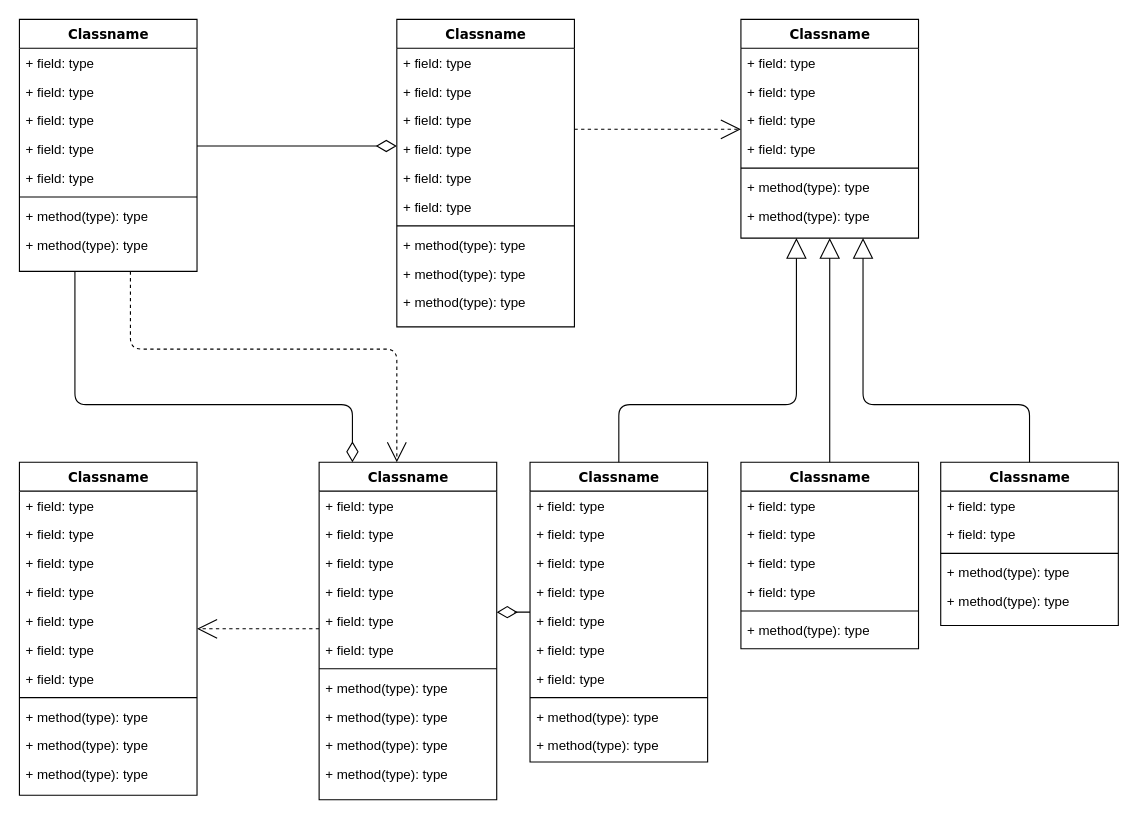
The draw.io diagram Test2.drawio in aless124/e-commerce-SQL, before the edit. Source tidied: cells renumbered, new cells numbered last; positions are measured from the earlier drawing's top-left corner, leaving out a move shared by most shapes. Both pictures are drawn from the tidied source at 111%, with x=0, y=0 at pixel (19, 19).
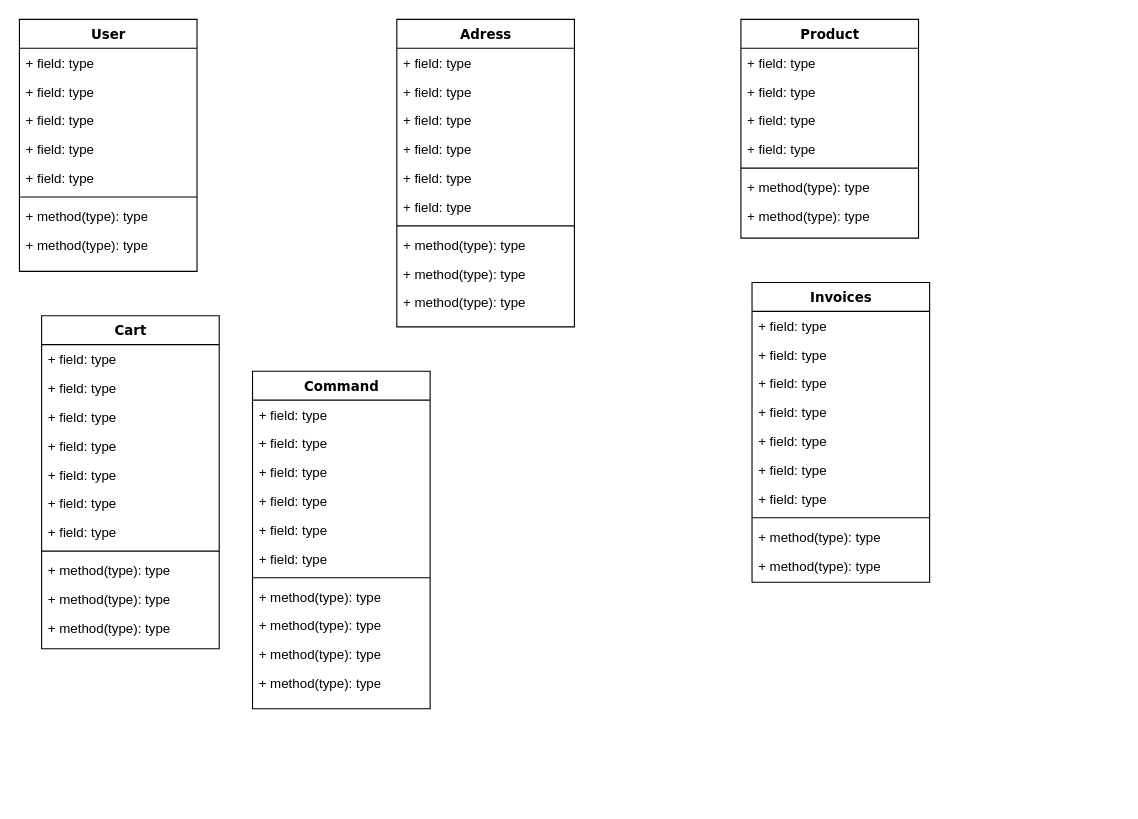
The same page after the edit.

Commit message (it also covers changes not shown here):
Mettre à jour Test2.drawio

What changed in the source:
```diff
@@
-    <mxCell id="2" style="edgeStyle=orthogonalEdgeStyle;html=1;labelBackgroundColor=none;startFill=0;startSize=8;endArrow=open;endFill=0;endSize=16;fontFamily=Verdana;fontSize=12;dashed=1;" parent="1" edge="1" source="4" target="47">
-      <mxGeometry relative="1" as="geometry">
-        <Array as="points">
-          <mxPoint x="100" y="297" />
-          <mxPoint x="340" y="297" />
-        </Array>
-      </mxGeometry>
-    </mxCell>
-    <mxCell id="3" style="edgeStyle=orthogonalEdgeStyle;html=1;labelBackgroundColor=none;startFill=0;startSize=8;endArrow=diamondThin;endFill=0;endSize=16;fontFamily=Verdana;fontSize=12;" parent="1" edge="1" source="4" target="47">
-      <mxGeometry relative="1" as="geometry">
-        <Array as="points">
-          <mxPoint x="50" y="347" />
-          <mxPoint x="300" y="347" />
-        </Array>
-      </mxGeometry>
-    </mxCell>
-    <mxCell id="4" value="Classname" style="swimlane;html=1;fontStyle=1;align=center;verticalAlign=top;horizontal=1;startSize=26;swimlaneFillColor=#ffffff;rounded=0;shadow=0;comic=0;labelBackgroundColor=none;strokeWidth=1;fillColor=none;fontFamily=Verdana;fontSize=12;" parent="1" vertex="1">
+    <mxCell id="4" value="User" style="swimlane;html=1;fontStyle=1;align=center;verticalAlign=top;horizontal=1;startSize=26;swimlaneFillColor=#ffffff;rounded=0;shadow=0;comic=0;labelBackgroundColor=none;strokeWidth=1;fillColor=none;fontFamily=Verdana;fontSize=12;" parent="1" vertex="1">
       <mxGeometry width="160" height="227" as="geometry" />
     </mxCell>
@@
-    <mxCell id="13" style="edgeStyle=elbowEdgeStyle;html=1;labelBackgroundColor=none;startFill=0;startSize=8;endArrow=open;endFill=0;endSize=16;fontFamily=Verdana;fontSize=12;elbow=vertical;dashed=1;" parent="1" edge="1" source="14" target="25">
-      <mxGeometry relative="1" as="geometry" />
-    </mxCell>
-    <mxCell id="14" value="Classname" style="swimlane;html=1;fontStyle=1;align=center;verticalAlign=top;horizontal=1;startSize=26;swimlaneFillColor=#ffffff;rounded=0;shadow=0;comic=0;labelBackgroundColor=none;strokeWidth=1;fillColor=none;fontFamily=Verdana;fontSize=12;" parent="1" vertex="1">
+    <mxCell id="14" value="Adress" style="swimlane;html=1;fontStyle=1;align=center;verticalAlign=top;horizontal=1;startSize=26;swimlaneFillColor=#ffffff;rounded=0;shadow=0;comic=0;labelBackgroundColor=none;strokeWidth=1;fillColor=none;fontFamily=Verdana;fontSize=12;" parent="1" vertex="1">
       <mxGeometry x="340" width="160" height="277" as="geometry" />
     </mxCell>
@@
-    <mxCell id="25" value="Classname" style="swimlane;html=1;fontStyle=1;align=center;verticalAlign=top;horizontal=1;startSize=26;swimlaneFillColor=#ffffff;rounded=0;shadow=0;comic=0;labelBackgroundColor=none;strokeWidth=1;fillColor=none;fontFamily=Verdana;fontSize=12;" parent="1" vertex="1">
+    <mxCell id="25" value="Product" style="swimlane;html=1;fontStyle=1;align=center;verticalAlign=top;horizontal=1;startSize=26;swimlaneFillColor=#ffffff;rounded=0;shadow=0;comic=0;labelBackgroundColor=none;strokeWidth=1;fillColor=none;fontFamily=Verdana;fontSize=12;" parent="1" vertex="1">
       <mxGeometry x="650" width="160" height="197" as="geometry" />
     </mxCell>
@@
-    <mxCell id="33" style="edgeStyle=elbowEdgeStyle;html=1;labelBackgroundColor=none;startFill=0;startSize=8;endArrow=open;endFill=0;endSize=16;fontFamily=Verdana;fontSize=12;elbow=vertical;dashed=1;" parent="1" edge="1" source="47" target="34">
-      <mxGeometry relative="1" as="geometry" />
-    </mxCell>
-    <mxCell id="34" value="Classname" style="swimlane;html=1;fontStyle=1;align=center;verticalAlign=top;horizontal=1;startSize=26;swimlaneFillColor=#ffffff;rounded=0;shadow=0;comic=0;labelBackgroundColor=none;strokeWidth=1;fillColor=none;fontFamily=Verdana;fontSize=12;" parent="1" vertex="1">
-      <mxGeometry y="399" width="160" height="300" as="geometry" />
+    <mxCell id="34" value="Cart" style="swimlane;html=1;fontStyle=1;align=center;verticalAlign=top;horizontal=1;startSize=26;swimlaneFillColor=#ffffff;rounded=0;shadow=0;comic=0;labelBackgroundColor=none;strokeWidth=1;fillColor=none;fontFamily=Verdana;fontSize=12;" parent="1" vertex="1">
+      <mxGeometry x="20" y="267" width="160" height="300" as="geometry" />
     </mxCell>
@@
-    <mxCell id="46" style="edgeStyle=elbowEdgeStyle;html=1;labelBackgroundColor=none;startFill=0;startSize=8;endArrow=diamondThin;endFill=0;endSize=16;fontFamily=Verdana;fontSize=12;elbow=vertical;" parent="1" edge="1" source="60" target="47">
-      <mxGeometry relative="1" as="geometry" />
-    </mxCell>
-    <mxCell id="47" value="Classname" style="swimlane;html=1;fontStyle=1;align=center;verticalAlign=top;horizontal=1;startSize=26;swimlaneFillColor=#ffffff;rounded=0;shadow=0;comic=0;labelBackgroundColor=none;strokeWidth=1;fillColor=none;fontFamily=Verdana;fontSize=12;" parent="1" vertex="1">
-      <mxGeometry x="270" y="399" width="160" height="304" as="geometry" />
+    <mxCell id="47" value="Command" style="swimlane;html=1;fontStyle=1;align=center;verticalAlign=top;horizontal=1;startSize=26;swimlaneFillColor=#ffffff;rounded=0;shadow=0;comic=0;labelBackgroundColor=none;strokeWidth=1;fillColor=none;fontFamily=Verdana;fontSize=12;" parent="1" vertex="1">
+      <mxGeometry x="210" y="317" width="160" height="304" as="geometry" />
     </mxCell>
@@
-    <mxCell id="59" style="edgeStyle=orthogonalEdgeStyle;html=1;labelBackgroundColor=none;startFill=0;startSize=8;endArrow=block;endFill=0;endSize=16;fontFamily=Verdana;fontSize=12;" parent="1" edge="1" source="60" target="25">
-      <mxGeometry relative="1" as="geometry">
-        <Array as="points">
-          <mxPoint x="540" y="347" />
-          <mxPoint x="700" y="347" />
-        </Array>
-      </mxGeometry>
-    </mxCell>
-    <mxCell id="60" value="Classname" style="swimlane;html=1;fontStyle=1;align=center;verticalAlign=top;horizontal=1;startSize=26;swimlaneFillColor=#ffffff;rounded=0;shadow=0;comic=0;labelBackgroundColor=none;strokeWidth=1;fillColor=none;fontFamily=Verdana;fontSize=12;" parent="1" vertex="1">
-      <mxGeometry x="460" y="399" width="160" height="270" as="geometry" />
+    <mxCell id="60" value="Invoices" style="swimlane;html=1;fontStyle=1;align=center;verticalAlign=top;horizontal=1;startSize=26;swimlaneFillColor=#ffffff;rounded=0;shadow=0;comic=0;labelBackgroundColor=none;strokeWidth=1;fillColor=none;fontFamily=Verdana;fontSize=12;" parent="1" vertex="1">
+      <mxGeometry x="660" y="237" width="160" height="270" as="geometry" />
     </mxCell>
@@
-    <mxCell id="71" style="edgeStyle=orthogonalEdgeStyle;html=1;labelBackgroundColor=none;startFill=0;startSize=8;endArrow=block;endFill=0;endSize=16;fontFamily=Verdana;fontSize=12;" parent="1" edge="1" source="72" target="25">
-      <mxGeometry relative="1" as="geometry" />
-    </mxCell>
-    <mxCell id="72" value="Classname" style="swimlane;html=1;fontStyle=1;align=center;verticalAlign=top;horizontal=1;startSize=26;swimlaneFillColor=#ffffff;rounded=0;shadow=0;comic=0;labelBackgroundColor=none;strokeWidth=1;fillColor=none;fontFamily=Verdana;fontSize=12;" parent="1" vertex="1">
-      <mxGeometry x="650" y="399" width="160" height="168" as="geometry" />
-    </mxCell>
-    <mxCell id="73" value="+ field: type" style="text;html=1;strokeColor=none;fillColor=none;align=left;verticalAlign=top;spacingLeft=4;spacingRight=4;whiteSpace=wrap;overflow=hidden;" parent="72" vertex="1">
-      <mxGeometry y="26" width="160" height="26" as="geometry" />
-    </mxCell>
-    <mxCell id="74" value="+ field: type" style="text;html=1;strokeColor=none;fillColor=none;align=left;verticalAlign=top;spacingLeft=4;spacingRight=4;whiteSpace=wrap;overflow=hidden;" parent="72" vertex="1">
-      <mxGeometry y="52" width="160" height="26" as="geometry" />
-    </mxCell>
-    <mxCell id="75" value="+ field: type" style="text;html=1;strokeColor=none;fillColor=none;align=left;verticalAlign=top;spacingLeft=4;spacingRight=4;whiteSpace=wrap;overflow=hidden;" parent="72" vertex="1">
-      <mxGeometry y="78" width="160" height="26" as="geometry" />
-    </mxCell>
-    <mxCell id="76" value="+ field: type" style="text;html=1;strokeColor=none;fillColor=none;align=left;verticalAlign=top;spacingLeft=4;spacingRight=4;whiteSpace=wrap;overflow=hidden;" parent="72" vertex="1">
-      <mxGeometry y="104" width="160" height="26" as="geometry" />
-    </mxCell>
-    <mxCell id="77" style="line;html=1;strokeWidth=1;fillColor=none;align=left;verticalAlign=middle;spacingTop=-1;spacingLeft=3;spacingRight=3;labelPosition=right;" parent="72" vertex="1">
-      <mxGeometry y="130" width="160" height="8" as="geometry" />
-    </mxCell>
-    <mxCell id="78" value="+ method(type): type" style="text;html=1;strokeColor=none;fillColor=none;align=left;verticalAlign=top;spacingLeft=4;spacingRight=4;whiteSpace=wrap;overflow=hidden;" parent="72" vertex="1">
-      <mxGeometry y="138" width="160" height="26" as="geometry" />
-    </mxCell>
-    <mxCell id="79" style="edgeStyle=orthogonalEdgeStyle;html=1;labelBackgroundColor=none;startFill=0;startSize=8;endArrow=block;endFill=0;endSize=16;fontFamily=Verdana;fontSize=12;" parent="1" edge="1" source="80" target="25">
-      <mxGeometry relative="1" as="geometry">
-        <Array as="points">
-          <mxPoint x="910" y="347" />
-          <mxPoint x="760" y="347" />
-        </Array>
-      </mxGeometry>
-    </mxCell>
-    <mxCell id="80" value="Classname" style="swimlane;html=1;fontStyle=1;align=center;verticalAlign=top;horizontal=1;startSize=26;swimlaneFillColor=#ffffff;rounded=0;shadow=0;comic=0;labelBackgroundColor=none;strokeWidth=1;fillColor=none;fontFamily=Verdana;fontSize=12;" parent="1" vertex="1">
-      <mxGeometry x="830" y="399" width="160" height="147" as="geometry" />
-    </mxCell>
-    <mxCell id="81" value="+ field: type" style="text;html=1;strokeColor=none;fillColor=none;align=left;verticalAlign=top;spacingLeft=4;spacingRight=4;whiteSpace=wrap;overflow=hidden;" parent="80" vertex="1">
-      <mxGeometry y="26" width="160" height="26" as="geometry" />
-    </mxCell>
-    <mxCell id="82" value="+ field: type" style="text;html=1;strokeColor=none;fillColor=none;align=left;verticalAlign=top;spacingLeft=4;spacingRight=4;whiteSpace=wrap;overflow=hidden;" parent="80" vertex="1">
-      <mxGeometry y="52" width="160" height="26" as="geometry" />
-    </mxCell>
-    <mxCell id="83" style="line;html=1;strokeWidth=1;fillColor=none;align=left;verticalAlign=middle;spacingTop=-1;spacingLeft=3;spacingRight=3;labelPosition=right;" parent="80" vertex="1">
-      <mxGeometry y="78" width="160" height="8" as="geometry" />
-    </mxCell>
-    <mxCell id="84" value="+ method(type): type" style="text;html=1;strokeColor=none;fillColor=none;align=left;verticalAlign=top;spacingLeft=4;spacingRight=4;whiteSpace=wrap;overflow=hidden;" parent="80" vertex="1">
-      <mxGeometry y="86" width="160" height="26" as="geometry" />
-    </mxCell>
-    <mxCell id="85" value="+ method(type): type" style="text;html=1;strokeColor=none;fillColor=none;align=left;verticalAlign=top;spacingLeft=4;spacingRight=4;whiteSpace=wrap;overflow=hidden;" parent="80" vertex="1">
-      <mxGeometry y="112" width="160" height="26" as="geometry" />
-    </mxCell>
-    <mxCell id="86" style="edgeStyle=elbowEdgeStyle;html=1;labelBackgroundColor=none;startFill=0;startSize=8;endArrow=diamondThin;endFill=0;endSize=16;fontFamily=Verdana;fontSize=12;elbow=vertical;" parent="1" edge="1" source="4" target="14">
-      <mxGeometry relative="1" as="geometry" />
-    </mxCell>
```
